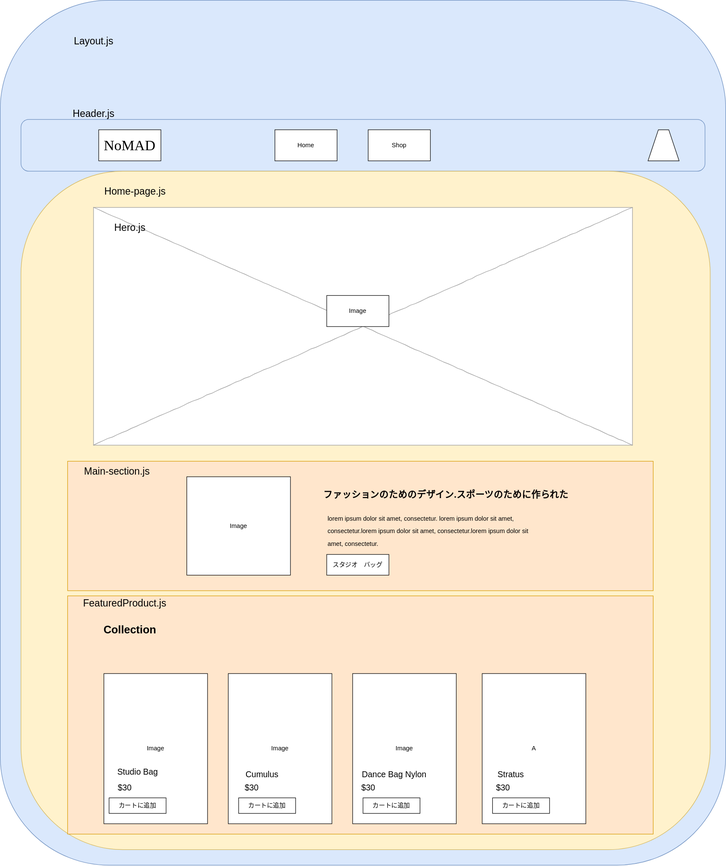
Earlier version of the draw.io export stripe-app.drawio.svg (awsome-cats/react-design). Source tidied: cells renumbered, new cells last; positions are measured from the earlier drawing's top-left corner, leaving out a move shared by most shapes.
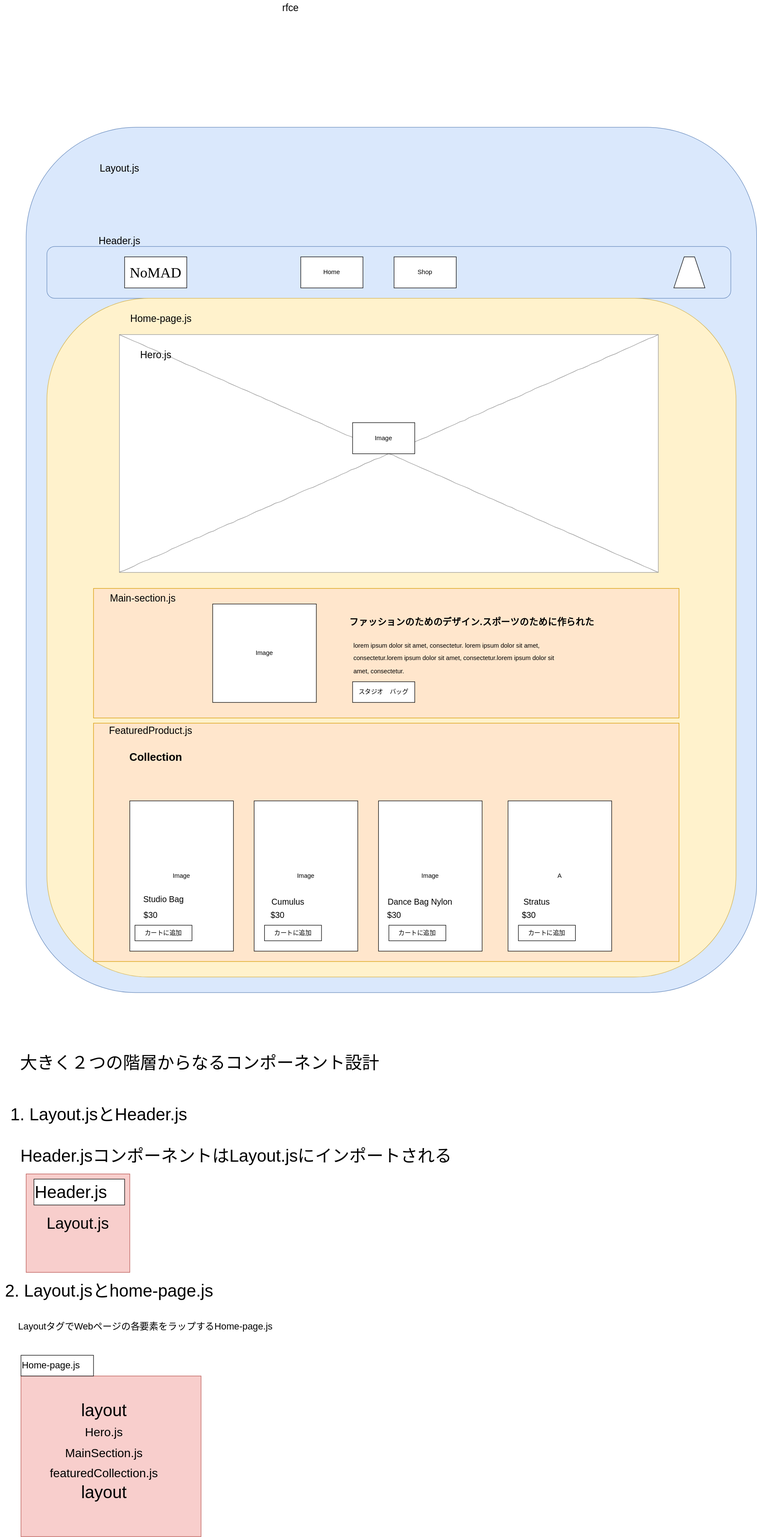
Above is the later version.

Commit message:
stripe-app.drawio.svg を更新します

What changed in the source:
```diff
@@ -3,7 +3,7 @@
     <mxCell id="0" />
     <mxCell id="1" parent="0" />
     <mxCell id="2" style="rounded=1;whiteSpace=wrap;html=1;fontSize=16;align=left;fillColor=#dae8fc;strokeColor=#6c8ebf;" parent="1" vertex="1">
-      <mxGeometry width="1400" height="1670" as="geometry" />
+      <mxGeometry width="1410" height="1670" as="geometry" />
     </mxCell>
     <mxCell id="3" style="rounded=1;whiteSpace=wrap;html=1;fontSize=16;align=left;fillColor=#dae8fc;strokeColor=#6c8ebf;" parent="1" vertex="1">
       <mxGeometry x="40" y="230" width="1320" height="100" as="geometry" />
@@ -119,5 +119,41 @@
     <mxCell id="40" value="FeaturedProduct.js" style="text;html=1;align=center;verticalAlign=middle;fillColor=none;strokeColor=none;rounded=0;fontSize=19;" parent="1" vertex="1">
       <mxGeometry x="150" y="1150" width="180" height="30" as="geometry" />
     </mxCell>
+    <mxCell id="41" value="rfce" style="text;html=1;align=center;verticalAlign=middle;fillColor=none;strokeColor=none;rounded=0;fontSize=19;" parent="1" vertex="1">
+      <mxGeometry x="485" y="-245" width="50" height="30" as="geometry" />
+    </mxCell>
+    <mxCell id="42" value="大きく２つの階層からなるコンポーネント設計" style="text;html=1;align=center;verticalAlign=middle;fillColor=none;strokeColor=none;rounded=0;fontSize=33;" parent="1" vertex="1">
+      <mxGeometry x="-20" y="1780" width="710" height="50" as="geometry" />
+    </mxCell>
+    <mxCell id="43" value="1. Layout.jsとHeader.js" style="text;html=1;align=center;verticalAlign=middle;fillColor=none;strokeColor=none;rounded=0;fontSize=33;" parent="1" vertex="1">
+      <mxGeometry x="-40" y="1880" width="360" height="50" as="geometry" />
+    </mxCell>
+    <mxCell id="44" value="2. Layout.jsとhome-page.js" style="text;html=1;align=center;verticalAlign=middle;fillColor=none;strokeColor=none;rounded=0;fontSize=33;" parent="1" vertex="1">
+      <mxGeometry x="-50" y="2220" width="420" height="50" as="geometry" />
+    </mxCell>
+    <mxCell id="45" value="Header.jsコンポーネントはLayout.jsにインポートされる" style="text;html=1;align=center;verticalAlign=middle;fillColor=none;strokeColor=none;rounded=0;fontSize=33;" parent="1" vertex="1">
+      <mxGeometry x="-20" y="1960" width="850" height="50" as="geometry" />
+    </mxCell>
+    <mxCell id="46" value="&lt;font style=&quot;font-size: 30px&quot;&gt;Layout.js&lt;/font&gt;" style="rounded=0;whiteSpace=wrap;html=1;fillColor=#f8cecc;strokeColor=#b85450;" parent="1" vertex="1">
+      <mxGeometry y="2020" width="200" height="190" as="geometry" />
+    </mxCell>
+    <mxCell id="47" value="Header.js" style="rounded=0;whiteSpace=wrap;html=1;fontSize=33;align=left;" parent="1" vertex="1">
+      <mxGeometry x="15" y="2030" width="175" height="50" as="geometry" />
+    </mxCell>
+    <mxCell id="48" style="group;" parent="1" vertex="1">
+      <mxGeometry x="-10" y="2370" width="347.5" height="350" as="geometry" />
+    </mxCell>
+    <mxCell id="49" style="rounded=0;whiteSpace=wrap;html=1;fillColor=#f8cecc;strokeColor=#b85450;" parent="48" vertex="1">
+      <mxGeometry y="40" width="347.5" height="310" as="geometry" />
+    </mxCell>
+    <mxCell id="50" value="Home-page.js" style="rounded=0;whiteSpace=wrap;html=1;fontSize=18;align=left;" parent="48" vertex="1">
+      <mxGeometry width="140" height="40" as="geometry" />
+    </mxCell>
+    <mxCell id="51" value="layout&lt;br&gt;&lt;font style=&quot;font-size: 23px&quot;&gt;Hero.js&lt;br&gt;&lt;/font&gt;&lt;font style=&quot;font-size: 23px&quot;&gt;MainSection.js&lt;br&gt;&lt;/font&gt;&lt;font style=&quot;font-size: 23px&quot;&gt;featuredCollection.js&lt;br&gt;&lt;/font&gt;layout" style="text;html=1;align=center;verticalAlign=middle;fillColor=none;strokeColor=none;rounded=0;fontSize=33;" parent="48" vertex="1">
+      <mxGeometry x="50" y="80" width="220" height="210" as="geometry" />
+    </mxCell>
+    <mxCell id="52" value="LayoutタグでWebページの各要素をラップするHome-page.js" style="text;html=1;align=center;verticalAlign=middle;strokeColor=none;fillColor=none;fontSize=18;" parent="1" vertex="1">
+      <mxGeometry x="-20" y="2300" width="500" height="30" as="geometry" />
+    </mxCell>
   </root>
 </mxGraphModel>
```
